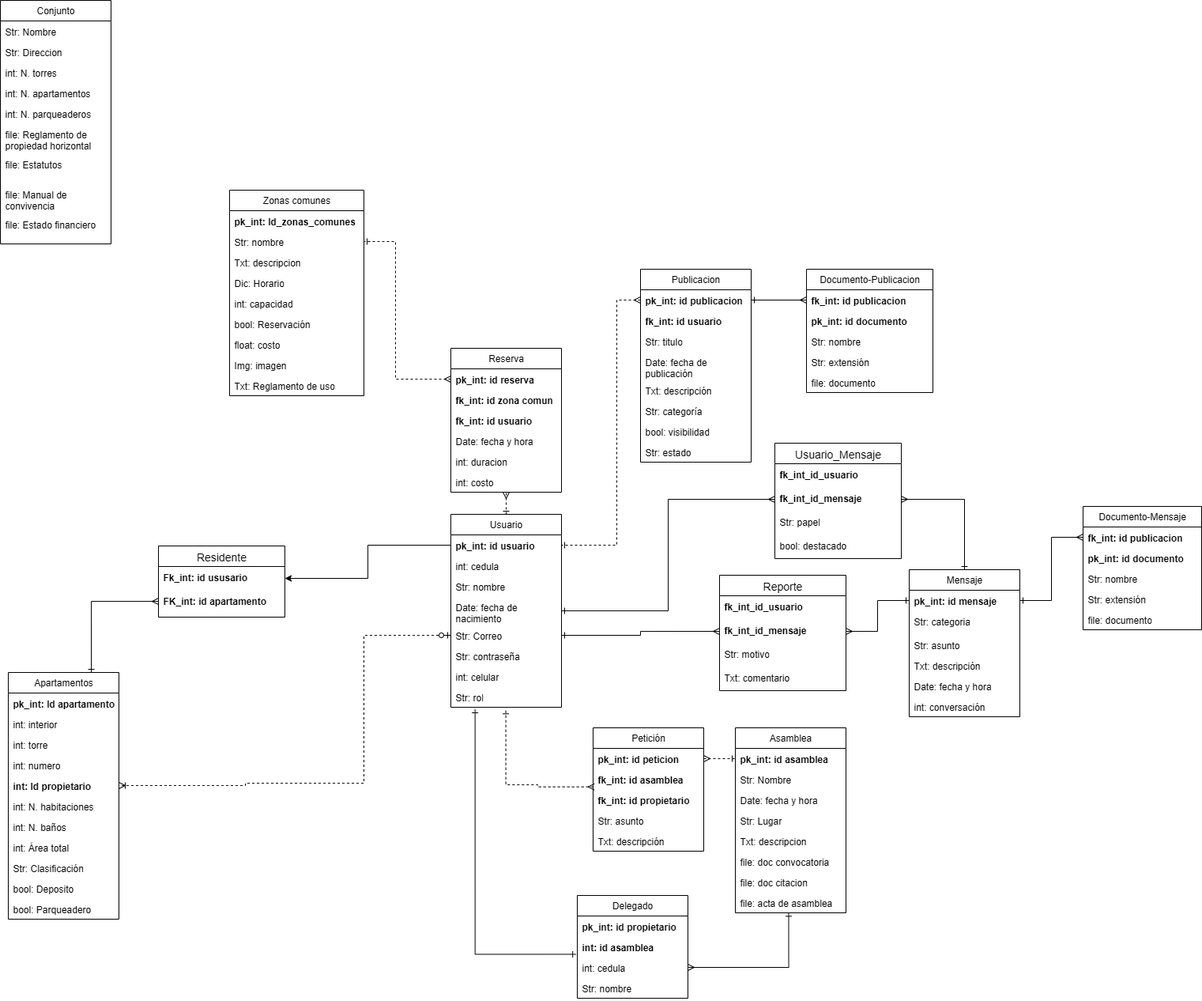
Above: Documentacion/Diagramas/proyecto_bd.png in Juanjo3465/Ingesof-1 (draw.io), before the change. Source tidied: cells renumbered, new cells last; positions are measured from the earlier drawing's top-left corner, leaving out a move shared by most shapes.
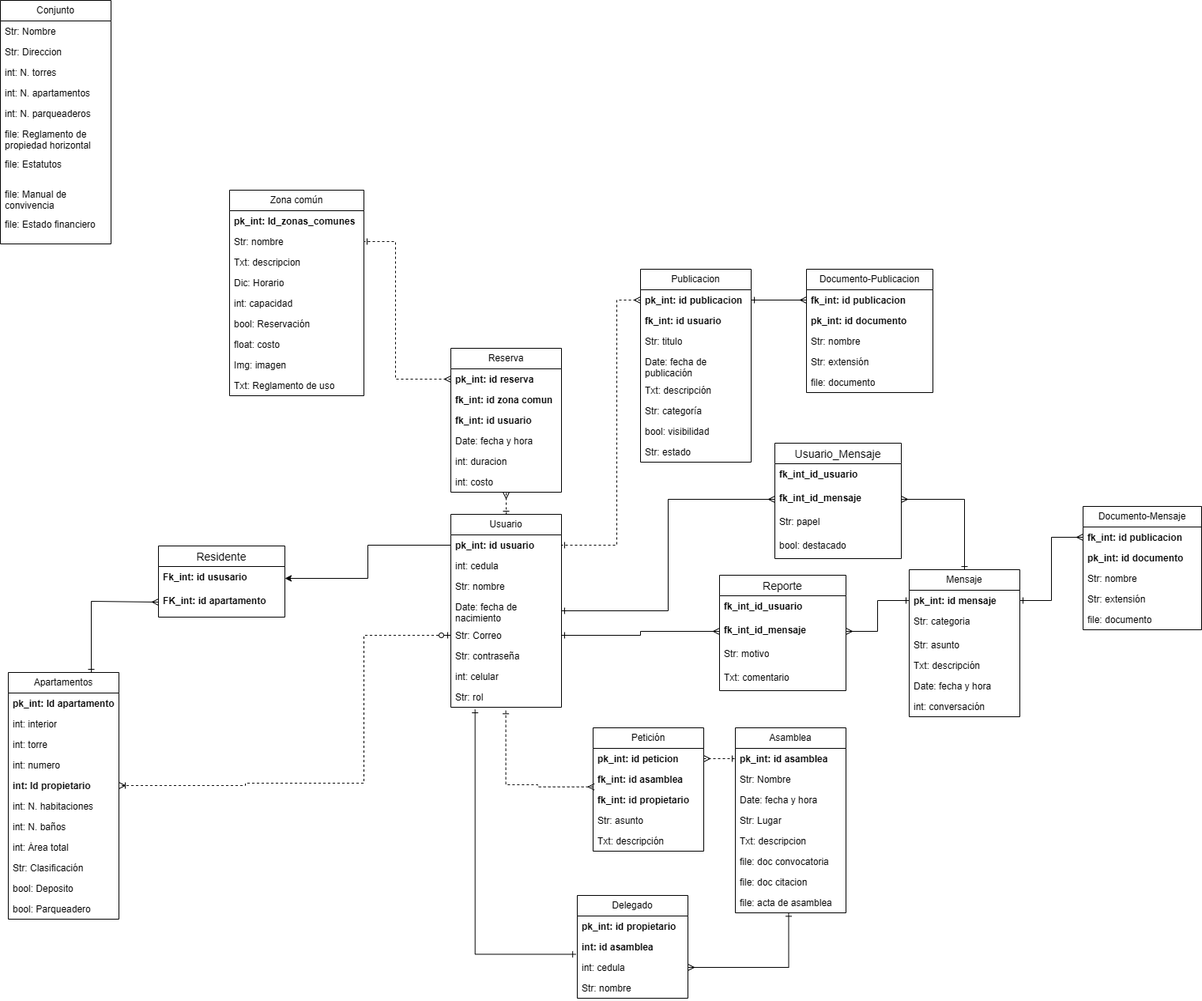
The same diagram one commit later.

Commit message:
Actualizacion diagrama DB

Change to the diagram source:
```diff
@@ -68,7 +68,7 @@
     <mxCell id="23" value="&lt;div&gt;bool: Parqueadero&lt;/div&gt;" style="text;strokeColor=none;fillColor=none;align=left;verticalAlign=top;spacingLeft=4;spacingRight=4;overflow=hidden;whiteSpace=wrap;html=1;" parent="12" vertex="1">
       <mxGeometry y="286" width="140" height="26" as="geometry" />
     </mxCell>
-    <mxCell id="24" value="Zonas comunes" style="swimlane;fontStyle=0;horizontal=1;startSize=26;fillColor=none;whiteSpace=wrap;html=1;" parent="1" vertex="1">
+    <mxCell id="24" value="Zona común" style="swimlane;fontStyle=0;horizontal=1;startSize=26;fillColor=none;whiteSpace=wrap;html=1;" parent="1" vertex="1">
       <mxGeometry x="290" y="240" width="170" height="260" as="geometry" />
     </mxCell>
     <mxCell id="25" value="&lt;b&gt;pk_int: Id_zonas_comunes&lt;/b&gt;" style="text;strokeColor=none;fillColor=none;align=left;verticalAlign=top;spacingLeft=4;spacingRight=4;overflow=hidden;whiteSpace=wrap;html=1;" parent="24" vertex="1">
```
